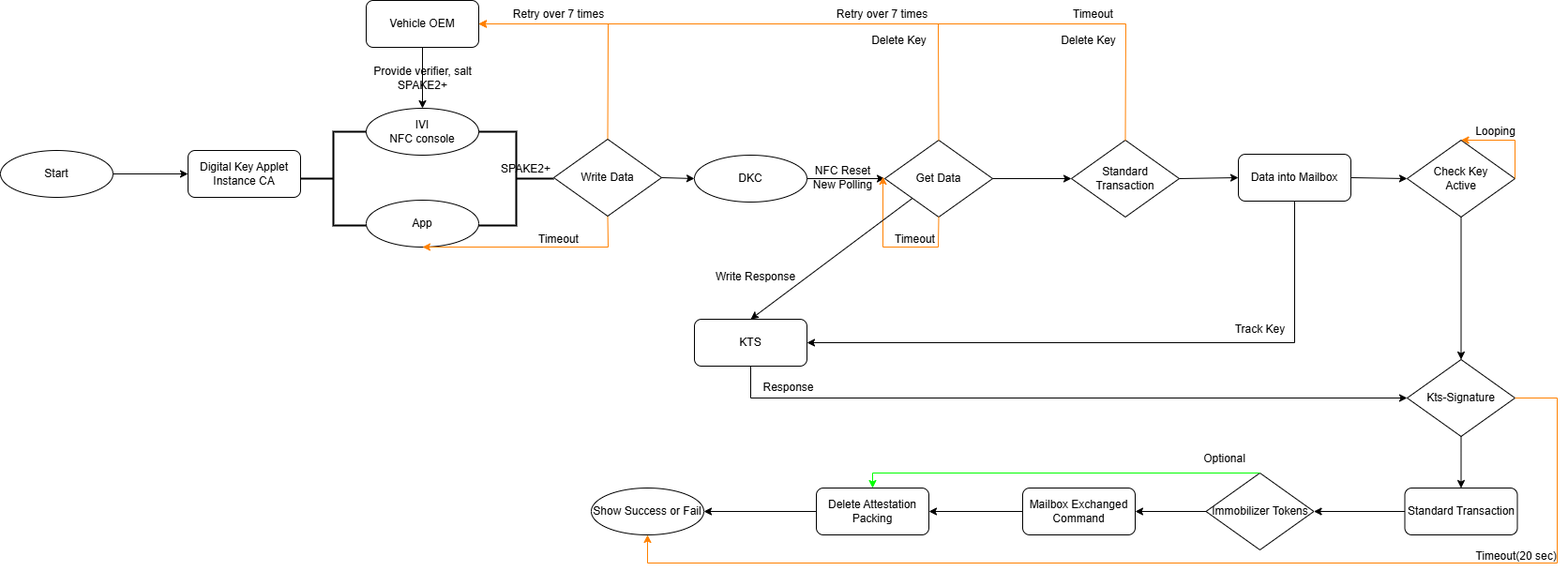
This is Present_OwnerParing.drawio.png from LaurenHsu31/DKC, a draw.io export, as it was before one commit. Source tidied: cells renumbered, new cells last; positions are measured from the earlier drawing's top-left corner, leaving out a move shared by most shapes.
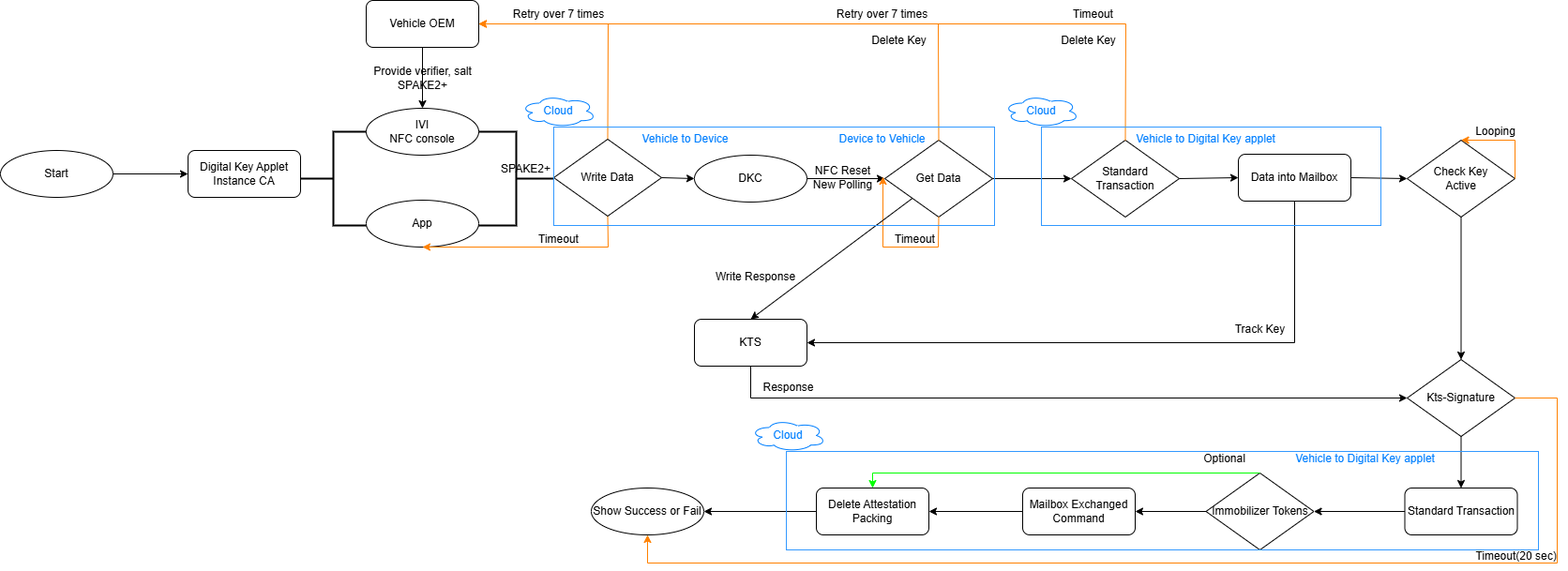
After the change.

Diff of the diagram source:
```diff
@@ -225,5 +225,35 @@
     <mxCell id="61" value="Delete Key" style="text;html=1;align=center;verticalAlign=middle;strokeColor=none;fillColor=none;" parent="1" vertex="1">
       <mxGeometry x="1120" y="28" width="80" height="30" as="geometry" />
     </mxCell>
+    <mxCell id="62" style="rounded=0;whiteSpace=wrap;html=1;fillColor=none;strokeColor=#3399FF;" parent="1" vertex="1">
+      <mxGeometry x="590" y="135" width="470" height="105" as="geometry" />
+    </mxCell>
+    <mxCell id="63" value="&lt;font style=&quot;color: rgb(0, 127, 255);&quot;&gt;Vehicle to Device&lt;/font&gt;" style="text;html=1;align=center;verticalAlign=middle;strokeColor=none;fillColor=none;" parent="1" vertex="1">
+      <mxGeometry x="670" y="133" width="120" height="30" as="geometry" />
+    </mxCell>
+    <mxCell id="64" value="&lt;font style=&quot;color: rgb(0, 127, 255);&quot;&gt;Device to Vehicle&lt;/font&gt;" style="text;html=1;align=center;verticalAlign=middle;strokeColor=none;fillColor=none;" parent="1" vertex="1">
+      <mxGeometry x="880" y="133" width="120" height="30" as="geometry" />
+    </mxCell>
+    <mxCell id="65" style="rounded=0;whiteSpace=wrap;html=1;fillColor=none;strokeColor=#3399FF;" parent="1" vertex="1">
+      <mxGeometry x="1110" y="135" width="362" height="105" as="geometry" />
+    </mxCell>
+    <mxCell id="66" value="&lt;font style=&quot;color: rgb(0, 127, 255);&quot;&gt;Vehicle to Digital Key applet&lt;/font&gt;" style="text;html=1;align=center;verticalAlign=middle;strokeColor=none;fillColor=none;" parent="1" vertex="1">
+      <mxGeometry x="1200" y="133" width="170" height="30" as="geometry" />
+    </mxCell>
+    <mxCell id="67" style="rounded=0;whiteSpace=wrap;html=1;fillColor=none;strokeColor=#3399FF;" parent="1" vertex="1">
+      <mxGeometry x="838" y="481" width="802" height="105" as="geometry" />
+    </mxCell>
+    <mxCell id="68" value="&lt;font style=&quot;color: rgb(0, 127, 255);&quot;&gt;Vehicle to Digital Key applet&lt;/font&gt;" style="text;html=1;align=center;verticalAlign=middle;strokeColor=none;fillColor=none;" parent="1" vertex="1">
+      <mxGeometry x="1370" y="474" width="170" height="30" as="geometry" />
+    </mxCell>
+    <mxCell id="69" value="&lt;font style=&quot;color: rgb(0, 127, 255);&quot;&gt;Cloud&lt;/font&gt;" style="ellipse;shape=cloud;whiteSpace=wrap;html=1;strokeColor=#007FFF;" parent="1" vertex="1">
+      <mxGeometry x="555" y="101" width="80" height="34" as="geometry" />
+    </mxCell>
+    <mxCell id="70" value="&lt;font style=&quot;color: rgb(0, 127, 255);&quot;&gt;Cloud&lt;/font&gt;" style="ellipse;shape=cloud;whiteSpace=wrap;html=1;strokeColor=#007FFF;" parent="1" vertex="1">
+      <mxGeometry x="1070" y="101" width="80" height="34" as="geometry" />
+    </mxCell>
+    <mxCell id="71" value="&lt;font style=&quot;color: rgb(0, 127, 255);&quot;&gt;Cloud&lt;/font&gt;" style="ellipse;shape=cloud;whiteSpace=wrap;html=1;strokeColor=#007FFF;" parent="1" vertex="1">
+      <mxGeometry x="800" y="447" width="80" height="34" as="geometry" />
+    </mxCell>
   </root>
 </mxGraphModel>
```
